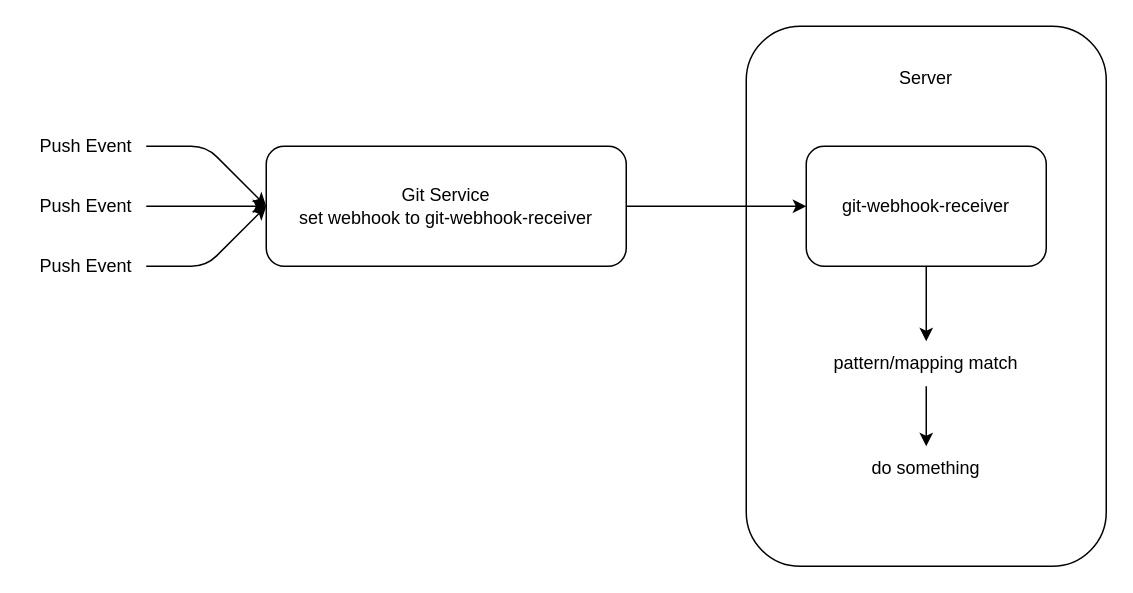
The draw.io diagram design.drawio in pobyzaarif/git-webhook-receiver, before the edit. Source tidied: cells renumbered, new cells numbered last; positions are measured from the earlier drawing's top-left corner, leaving out a move shared by most shapes. Both pictures are drawn from the tidied source at 150%, with x=0, y=0 at pixel (26, 26).
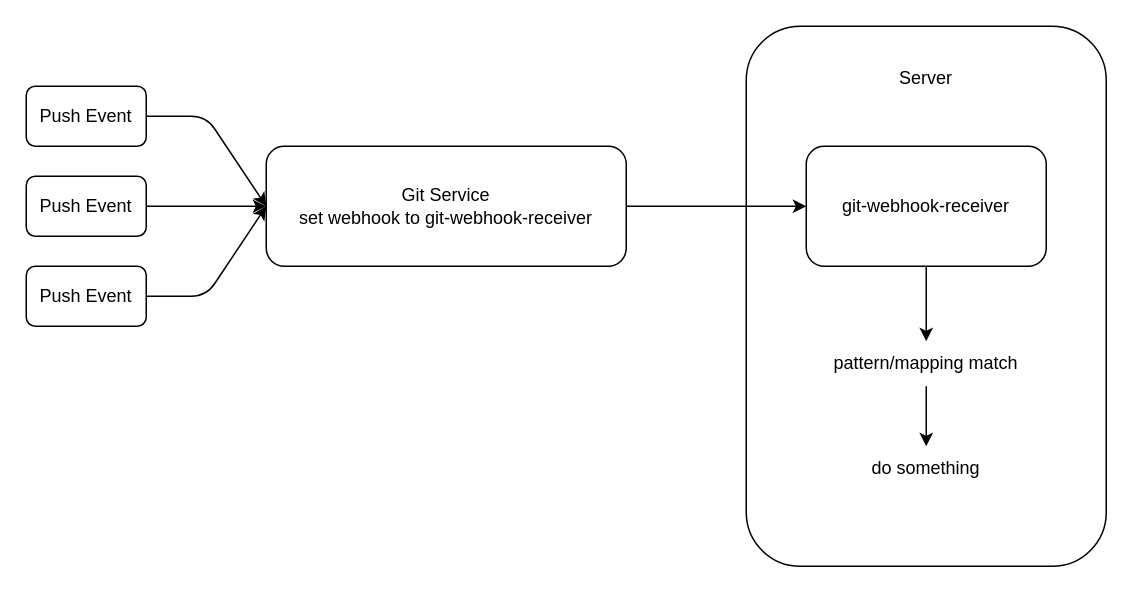
Above is the later version.

Diff of the diagram source:
```diff
@@
 <mxGraphModel>
   <root>
     <mxCell id="0" />
     <mxCell id="1" parent="0" />
     <mxCell id="2" value="Git Service&lt;br&gt;set webhook to git-webhook-receiver" style="rounded=1;whiteSpace=wrap;html=1;" parent="1" vertex="1">
       <mxGeometry x="160" y="80" width="240" height="80" as="geometry" />
     </mxCell>
     <mxCell id="3" style="rounded=1;whiteSpace=wrap;html=1;" parent="1" vertex="1">
       <mxGeometry x="480" width="240" height="360" as="geometry" />
     </mxCell>
     <mxCell id="4" style="edgeStyle=none;html=1;exitX=1;exitY=0.5;exitDx=0;exitDy=0;entryX=0;entryY=0.5;entryDx=0;entryDy=0;" parent="1" edge="1" source="2" target="6">
       <mxGeometry relative="1" as="geometry" />
     </mxCell>
     <mxCell id="5" style="edgeStyle=none;html=1;exitX=0.5;exitY=1;exitDx=0;exitDy=0;" parent="1" edge="1" source="6" target="8">
       <mxGeometry relative="1" as="geometry" />
     </mxCell>
     <mxCell id="6" value="git-webhook-receiver" style="rounded=1;whiteSpace=wrap;html=1;" parent="1" vertex="1">
       <mxGeometry x="520" y="80" width="160" height="80" as="geometry" />
     </mxCell>
     <mxCell id="7" style="edgeStyle=none;html=1;exitX=0.5;exitY=1;exitDx=0;exitDy=0;" parent="1" edge="1" source="8" target="9">
       <mxGeometry relative="1" as="geometry" />
     </mxCell>
     <mxCell id="8" value="pattern/mapping match" style="text;html=1;strokeColor=none;fillColor=none;align=center;verticalAlign=middle;whiteSpace=wrap;rounded=0;" parent="1" vertex="1">
       <mxGeometry x="520" y="210" width="160" height="30" as="geometry" />
     </mxCell>
     <mxCell id="9" value="do something" style="text;html=1;strokeColor=none;fillColor=none;align=center;verticalAlign=middle;whiteSpace=wrap;rounded=0;" parent="1" vertex="1">
       <mxGeometry x="520" y="280" width="160" height="30" as="geometry" />
     </mxCell>
     <mxCell id="10" value="Server" style="text;html=1;strokeColor=none;fillColor=none;align=center;verticalAlign=middle;whiteSpace=wrap;rounded=0;" parent="1" vertex="1">
       <mxGeometry x="570" y="20" width="60" height="30" as="geometry" />
     </mxCell>
-    <mxCell id="11" style="edgeStyle=none;html=1;exitX=1;exitY=0.5;exitDx=0;exitDy=0;entryX=0;entryY=0.5;entryDx=0;entryDy=0;" parent="1" edge="1" source="12" target="2">
-      <mxGeometry relative="1" as="geometry" />
-    </mxCell>
-    <mxCell id="12" value="Push Event" style="text;html=1;strokeColor=none;fillColor=none;align=center;verticalAlign=middle;whiteSpace=wrap;rounded=0;" parent="1" vertex="1">
-      <mxGeometry y="100" width="80" height="40" as="geometry" />
-    </mxCell>
-    <mxCell id="13" style="edgeStyle=none;html=1;" parent="1" edge="1" source="14">
-      <mxGeometry relative="1" as="geometry">
-        <mxPoint x="160" y="120" as="targetPoint" />
-        <Array as="points">
-          <mxPoint x="120" y="160" />
-        </Array>
-      </mxGeometry>
-    </mxCell>
-    <mxCell id="14" value="Push Event" style="text;html=1;strokeColor=none;fillColor=none;align=center;verticalAlign=middle;whiteSpace=wrap;rounded=0;" parent="1" vertex="1">
-      <mxGeometry y="140" width="80" height="40" as="geometry" />
-    </mxCell>
-    <mxCell id="15" style="edgeStyle=none;html=1;entryX=0;entryY=0.5;entryDx=0;entryDy=0;" parent="1" edge="1" source="16" target="2">
-      <mxGeometry relative="1" as="geometry">
-        <Array as="points">
-          <mxPoint x="120" y="80" />
-        </Array>
-      </mxGeometry>
-    </mxCell>
-    <mxCell id="16" value="Push Event" style="text;html=1;strokeColor=none;fillColor=none;align=center;verticalAlign=middle;whiteSpace=wrap;rounded=0;" parent="1" vertex="1">
-      <mxGeometry y="60" width="80" height="40" as="geometry" />
-    </mxCell>
+    <mxCell id="17" style="edgeStyle=none;html=1;exitX=1;exitY=0.5;exitDx=0;exitDy=0;" parent="1" edge="1" source="18">
+      <mxGeometry relative="1" as="geometry">
+        <mxPoint x="160" y="120" as="targetPoint" />
+        <Array as="points">
+          <mxPoint x="120" y="60" />
+        </Array>
+      </mxGeometry>
+    </mxCell>
+    <mxCell id="18" value="Push Event" style="rounded=1;whiteSpace=wrap;html=1;" parent="1" vertex="1">
+      <mxGeometry y="40" width="80" height="40" as="geometry" />
+    </mxCell>
+    <mxCell id="19" style="edgeStyle=none;html=1;entryX=0;entryY=0.5;entryDx=0;entryDy=0;" parent="1" edge="1" source="20" target="2">
+      <mxGeometry relative="1" as="geometry" />
+    </mxCell>
+    <mxCell id="20" value="Push Event" style="rounded=1;whiteSpace=wrap;html=1;" parent="1" vertex="1">
+      <mxGeometry y="100" width="80" height="40" as="geometry" />
+    </mxCell>
+    <mxCell id="21" style="edgeStyle=none;html=1;entryX=0;entryY=0.5;entryDx=0;entryDy=0;" parent="1" edge="1" source="22" target="2">
+      <mxGeometry relative="1" as="geometry">
+        <Array as="points">
+          <mxPoint x="120" y="180" />
+        </Array>
+      </mxGeometry>
+    </mxCell>
+    <mxCell id="22" value="Push Event" style="rounded=1;whiteSpace=wrap;html=1;" parent="1" vertex="1">
+      <mxGeometry y="160" width="80" height="40" as="geometry" />
+    </mxCell>
   </root>
 </mxGraphModel>
```
